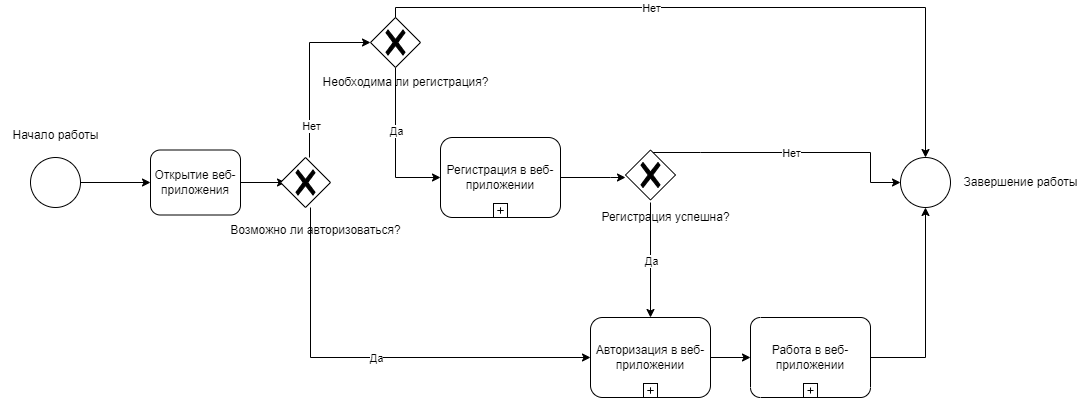
Earlier version of the draw.io export images/Enter.png (DibrovDru/Architecture.1). Source tidied: cells renumbered, new cells last; positions are measured from the earlier drawing's top-left corner, leaving out a move shared by most shapes.
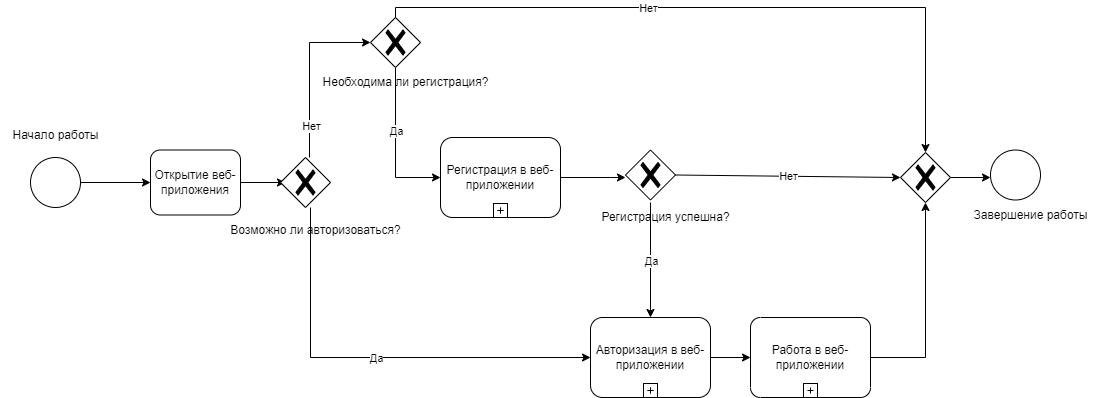
After the commit.

Change to the diagram source:
```diff
@@ -80,7 +80,7 @@
         <mxPoint y="-15" as="offset" />
       </mxGeometry>
     </mxCell>
-    <mxCell id="20" style="endArrow=classic;html=1;rounded=0;exitX=0.5;exitY=0;exitDx=0;exitDy=0;exitPerimeter=0;entryX=0.5;entryY=0;entryDx=0;entryDy=0;entryPerimeter=0;" parent="1" edge="1" target="25">
+    <mxCell id="20" style="endArrow=classic;html=1;rounded=0;exitX=0.5;exitY=0;exitDx=0;exitDy=0;exitPerimeter=0;entryX=0.5;entryY=0;entryDx=0;entryDy=0;entryPerimeter=0;" parent="1" edge="1" target="36">
       <mxGeometry relative="1" as="geometry">
         <mxPoint x="395" y="15" as="sourcePoint" />
         <Array as="points">
@@ -111,25 +111,12 @@
       <mxGeometry relative="1" as="geometry" />
     </mxCell>
     <mxCell id="25" style="points=[[0.145,0.145,0],[0.5,0,0],[0.855,0.145,0],[1,0.5,0],[0.855,0.855,0],[0.5,1,0],[0.145,0.855,0],[0,0.5,0]];shape=mxgraph.bpmn.event;html=1;verticalLabelPosition=bottom;labelBackgroundColor=#ffffff;verticalAlign=top;align=center;perimeter=ellipsePerimeter;outlineConnect=0;outline=standard;symbol=general;" parent="1" vertex="1">
-      <mxGeometry x="900" y="150" width="50" height="50" as="geometry" />
+      <mxGeometry x="990" y="142.5" width="50" height="50" as="geometry" />
     </mxCell>
     <mxCell id="26" value="Регистрация успешна?" style="text;html=1;align=center;verticalAlign=middle;strokeColor=none;fillColor=none;" parent="1" vertex="1">
       <mxGeometry x="590" y="195" width="150" height="30" as="geometry" />
     </mxCell>
-    <mxCell id="27" style="endArrow=classic;html=1;rounded=0;exitX=0.5;exitY=0;exitDx=0;exitDy=0;exitPerimeter=0;entryX=0;entryY=0.5;entryDx=0;entryDy=0;entryPerimeter=0;" parent="1" edge="1" target="25">
-      <mxGeometry relative="1" as="geometry">
-        <mxPoint x="650" y="145" as="sourcePoint" />
-        <Array as="points">
-          <mxPoint x="700" y="145" />
-          <mxPoint x="870" y="145" />
-          <mxPoint x="870" y="175" />
-        </Array>
-      </mxGeometry>
-    </mxCell>
-    <mxCell id="28" value="Нет" style="edgeLabel;html=1;align=center;verticalAlign=middle;" parent="27" vertex="1">
-      <mxGeometry relative="1" as="geometry" />
-    </mxCell>
-    <mxCell id="29" style="endArrow=classic;html=1;rounded=0;exitX=1;exitY=0.5;exitDx=0;exitDy=0;exitPerimeter=0;entryX=0.5;entryY=1;entryDx=0;entryDy=0;entryPerimeter=0;" parent="1" edge="1" source="14" target="25">
+    <mxCell id="29" style="endArrow=classic;html=1;rounded=0;exitX=1;exitY=0.5;exitDx=0;exitDy=0;exitPerimeter=0;entryX=0.5;entryY=1;entryDx=0;entryDy=0;entryPerimeter=0;" parent="1" edge="1" source="14" target="36">
       <mxGeometry relative="1" as="geometry">
         <Array as="points">
           <mxPoint x="925" y="350" />
@@ -140,7 +127,7 @@
       <mxGeometry y="112.5" width="110" height="30" as="geometry" />
     </mxCell>
     <mxCell id="31" value="Завершение работы" style="text;html=1;align=center;verticalAlign=middle;strokeColor=none;fillColor=none;" parent="1" vertex="1">
-      <mxGeometry x="950" y="160" width="140" height="30" as="geometry" />
+      <mxGeometry x="960" y="192.5" width="140" height="30" as="geometry" />
     </mxCell>
     <mxCell id="32" style="shape=mxgraph.bpmn.gateway2;html=1;verticalLabelPosition=bottom;labelBackgroundColor=#ffffff;verticalAlign=top;align=center;perimeter=rhombusPerimeter;outline=none;symbol=none;gwType=exclusive;" parent="1" vertex="1">
       <mxGeometry x="280" y="150" width="50" height="50" as="geometry" />
@@ -151,5 +138,19 @@
     <mxCell id="34" style="points=[[0.25,0.25,0],[0.5,0,0],[0.75,0.25,0],[1,0.5,0],[0.75,0.75,0],[0.5,1,0],[0.25,0.75,0],[0,0.5,0]];shape=mxgraph.bpmn.gateway2;html=1;verticalLabelPosition=bottom;labelBackgroundColor=#ffffff;verticalAlign=top;align=center;perimeter=rhombusPerimeter;outlineConnect=0;outline=none;symbol=none;gwType=exclusive;" parent="1" vertex="1">
       <mxGeometry x="625" y="142.5" width="50" height="50" as="geometry" />
     </mxCell>
+    <mxCell id="35" style="edgeStyle=orthogonalEdgeStyle;rounded=0;jettySize=auto;html=1;exitX=1;exitY=0.5;exitDx=0;exitDy=0;exitPerimeter=0;" parent="1" edge="1" source="36">
+      <mxGeometry relative="1" as="geometry">
+        <mxPoint x="990" y="170" as="targetPoint" />
+      </mxGeometry>
+    </mxCell>
+    <mxCell id="36" style="points=[[0.25,0.25,0],[0.5,0,0],[0.75,0.25,0],[1,0.5,0],[0.75,0.75,0],[0.5,1,0],[0.25,0.75,0],[0,0.5,0]];shape=mxgraph.bpmn.gateway2;html=1;verticalLabelPosition=bottom;labelBackgroundColor=#ffffff;verticalAlign=top;align=center;perimeter=rhombusPerimeter;outlineConnect=0;outline=none;symbol=none;gwType=exclusive;" parent="1" vertex="1">
+      <mxGeometry x="900" y="145" width="50" height="50" as="geometry" />
+    </mxCell>
+    <mxCell id="37" style="endArrow=classic;html=1;rounded=0;entryX=0;entryY=0.5;entryDx=0;entryDy=0;entryPerimeter=0;exitX=1;exitY=0.5;exitDx=0;exitDy=0;exitPerimeter=0;" parent="1" edge="1" source="34" target="36">
+      <mxGeometry relative="1" as="geometry" />
+    </mxCell>
+    <mxCell id="28" value="Нет" style="edgeLabel;html=1;align=center;verticalAlign=middle;" parent="37" vertex="1">
+      <mxGeometry relative="1" as="geometry" />
+    </mxCell>
   </root>
 </mxGraphModel>
```
